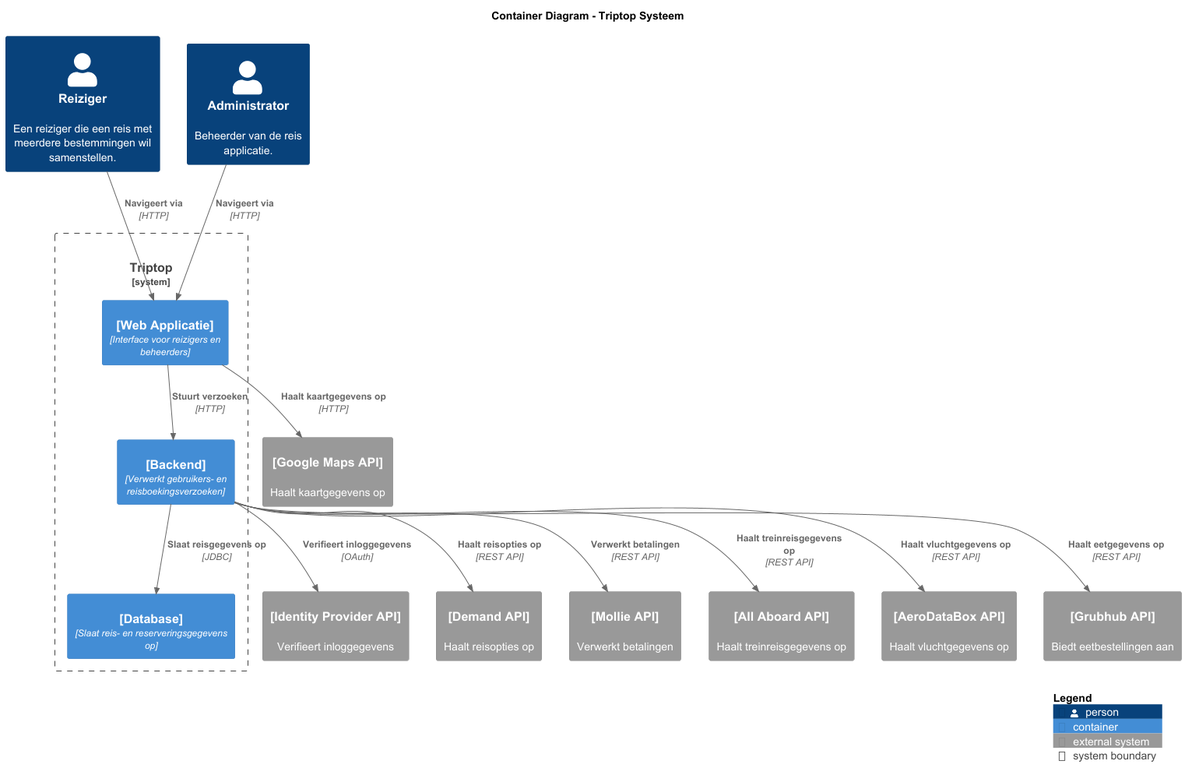
Before: opdracht-diagrammen/Container_Diagram_Triptop_Systeem.png, a diagram exported from PlantUML (AIM-ENE-feb25/triptop-groep-b2).
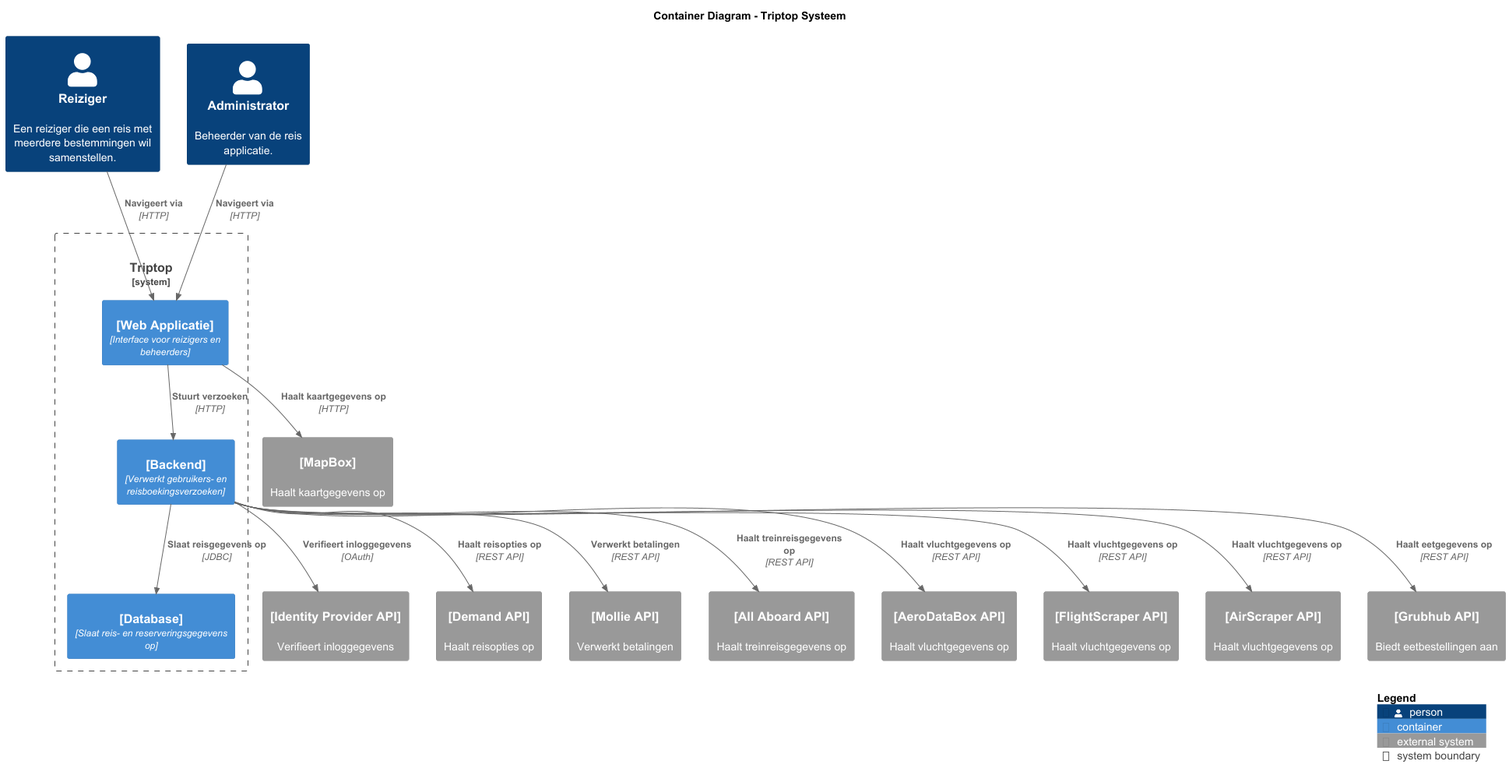
After the commit.

What changed in the source:
```diff
@@ -22,16 +22,18 @@
 System_Ext(IdentityProvider, "[Identity Provider API]", "Verifieert inloggegevens")
 System_Ext(DemandAPI, "[Demand API]", "Haalt reisopties op")
 System_Ext(MollieAPI, "[Mollie API]", "Verwerkt betalingen")
-System_Ext(GoogleMapsAPI, "[Google Maps API]", "Haalt kaartgegevens op")
+System_Ext(MapBoxAPI, "[MapBox]", "Haalt kaartgegevens op")
 System_Ext(AllAboardAPI, "[All Aboard API]", "Haalt treinreisgegevens op")
 System_Ext(AeroDataBoxAPI, "[AeroDataBox API]", "Haalt vluchtgegevens op")
+System_Ext(FlightScraperAPI, "[FlightScraper API]", "Haalt vluchtgegevens op")
+System_Ext(AirScraperAPI, "[AirScraper API]", "Haalt vluchtgegevens op")
 System_Ext(GrubhubAPI, "[Grubhub API]", "Biedt eetbestellingen aan")
 
 Rel(traveller, WebApp, "Navigeert via", "HTTP")
 Rel(admin, WebApp, "Navigeert via", "HTTP")
 
 Rel(WebApp, Backend, "Stuurt verzoeken", "HTTP")
-Rel(WebApp, GoogleMapsAPI, "Haalt kaartgegevens op", "HTTP")
+Rel(WebApp, MapBoxAPI, "Haalt kaartgegevens op", "HTTP")
 
 Rel(Backend, Database, "Slaat reisgegevens op", "JDBC")
 Rel(Backend, IdentityProvider, "Verifieert inloggegevens", "OAuth")
@@ -39,6 +41,8 @@
 Rel(Backend, MollieAPI, "Verwerkt betalingen", "REST API")
 Rel(Backend, AllAboardAPI, "Haalt treinreisgegevens op", "REST API")
 Rel(Backend, AeroDataBoxAPI, "Haalt vluchtgegevens op", "REST API")
+Rel(Backend, FlightScraperAPI, "Haalt vluchtgegevens op", "REST API")
+Rel(Backend, AirScraperAPI, "Haalt vluchtgegevens op", "REST API")
 Rel(Backend, GrubhubAPI, "Haalt eetgegevens op", "REST API")
 
 SHOW_LEGEND(TRUE)
```
